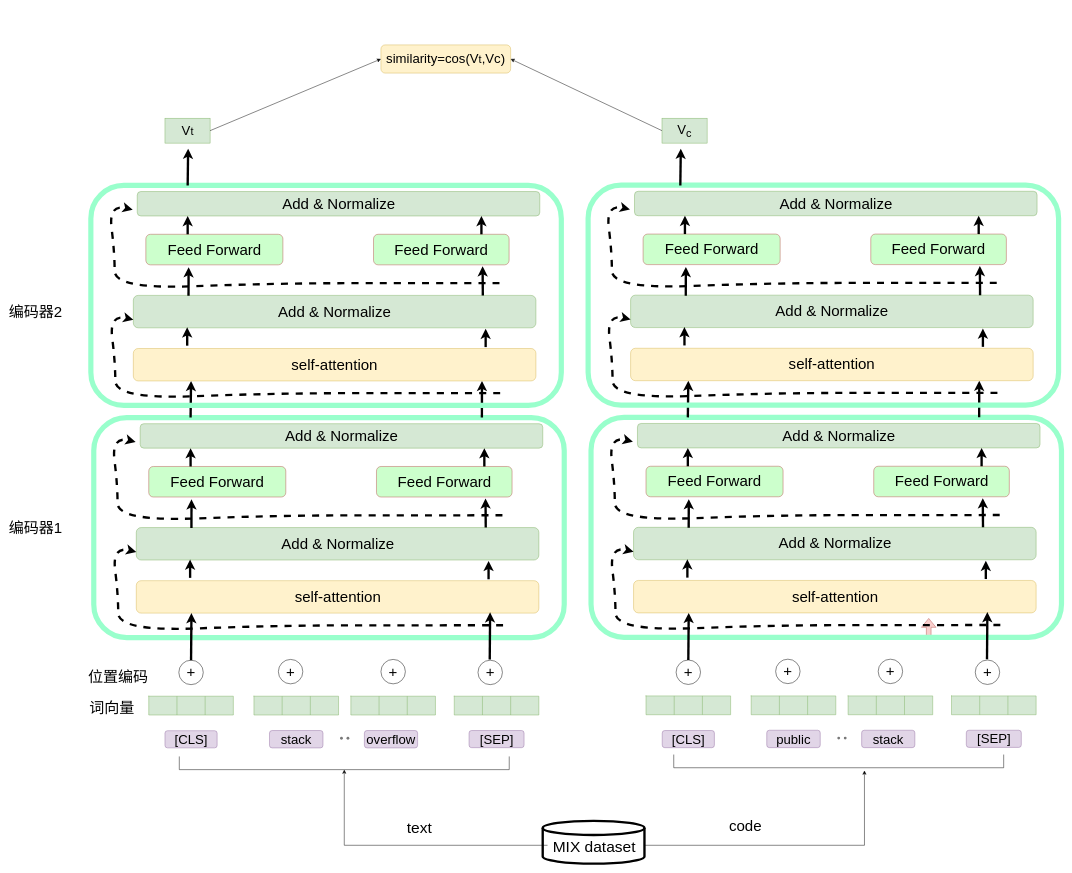
Earlier version of the draw.io diagram finetune-毕设.drawio (hangdj/BERT-PLI-IJCAI2020). Source tidied: cells renumbered, new cells numbered last; positions are measured from the earlier drawing's top-left corner, leaving out a move shared by most shapes. Both pictures are drawn from the tidied source at 47%, with x=0, y=0 at pixel (8, 45).
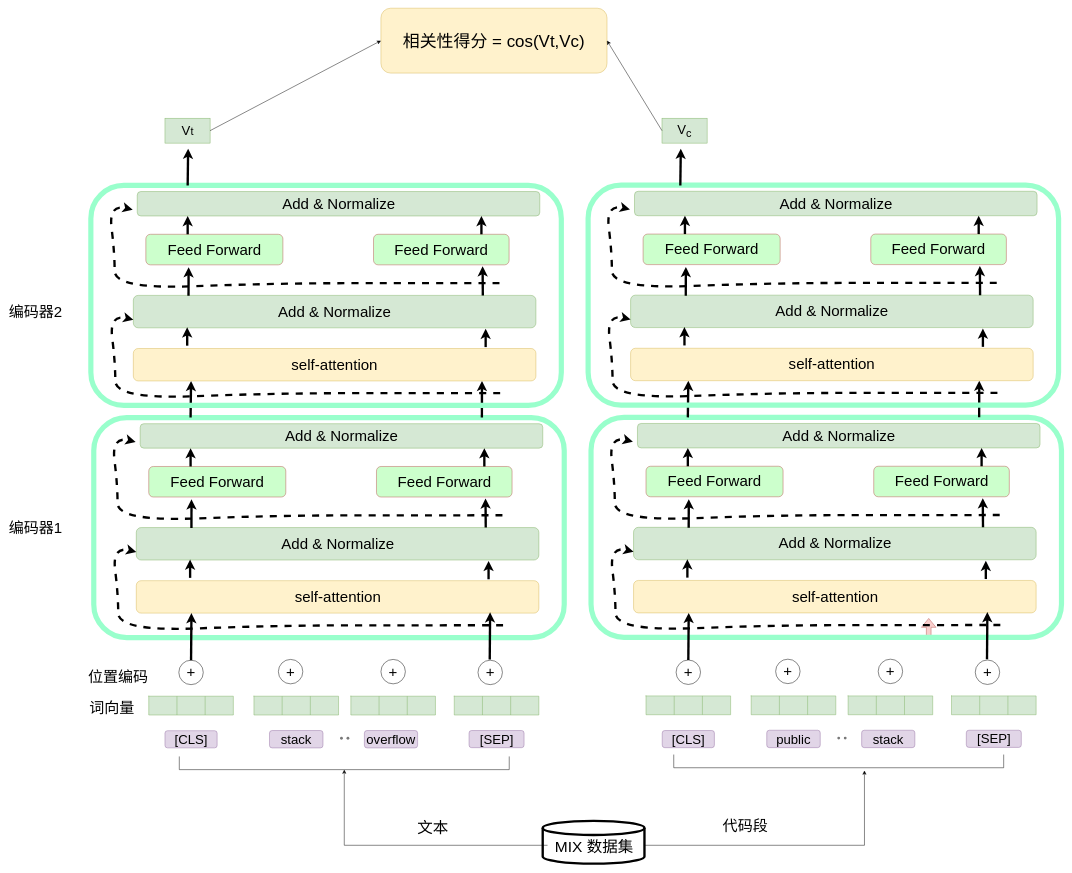
The same diagram, later.

The edit, as a diff of the source:
```diff
@@
-    <mxCell id="11" value="&lt;font style=&quot;font-size: 28px&quot;&gt;similarity=cos(V&lt;/font&gt;&lt;font&gt;&lt;span style=&quot;font-size: 23.3333px&quot;&gt;t&lt;/span&gt;&lt;span style=&quot;font-size: 28px&quot;&gt;,Vc&lt;/span&gt;&lt;span style=&quot;font-size: 28px&quot;&gt;)&lt;/span&gt;&lt;/font&gt;" style="rounded=1;whiteSpace=wrap;html=1;fillColor=#fff2cc;strokeColor=#d6b656;" parent="1" vertex="1">
-      <mxGeometry x="793" width="276" height="60" as="geometry" />
+    <mxCell id="11" value="&lt;font style=&quot;font-size: 36px&quot;&gt;&lt;font style=&quot;font-size: 36px&quot;&gt;相关性得分 = cos(V&lt;/font&gt;&lt;font style=&quot;font-size: 36px&quot;&gt;t,Vc)&lt;/font&gt;&lt;/font&gt;" style="rounded=1;whiteSpace=wrap;html=1;fillColor=#fff2cc;strokeColor=#d6b656;" parent="1" vertex="1">
+      <mxGeometry x="793" y="-78" width="481" height="138" as="geometry" />
     </mxCell>
@@
-    <mxCell id="18" value="&lt;font style=&quot;font-size: 33px&quot;&gt;MIX dataset&lt;/font&gt;" style="text;html=1;strokeColor=none;fillColor=none;align=center;verticalAlign=middle;whiteSpace=wrap;rounded=0;dashed=1;dashPattern=1 2;" parent="1" vertex="1">
+    <mxCell id="18" value="&lt;font style=&quot;font-size: 33px&quot;&gt;MIX 数据集&lt;/font&gt;" style="text;html=1;strokeColor=none;fillColor=none;align=center;verticalAlign=middle;whiteSpace=wrap;rounded=0;dashed=1;dashPattern=1 2;" parent="1" vertex="1">
       <mxGeometry x="1147.5" y="1690" width="198" height="30" as="geometry" />
     </mxCell>
-    <mxCell id="19" value="text" style="text;html=1;strokeColor=none;fillColor=none;align=center;verticalAlign=middle;whiteSpace=wrap;rounded=0;fontSize=33;" parent="1" vertex="1">
-      <mxGeometry x="845" y="1651" width="60" height="30" as="geometry" />
+    <mxCell id="19" value="文本" style="text;html=1;strokeColor=none;fillColor=none;align=center;verticalAlign=middle;whiteSpace=wrap;rounded=0;fontSize=33;" parent="1" vertex="1">
+      <mxGeometry x="845" y="1651" width="117" height="30" as="geometry" />
     </mxCell>
@@
-    <mxCell id="144" value="code" style="text;html=1;align=center;verticalAlign=middle;strokeColor=none;fillColor=none;fontSize=32;" parent="1" vertex="1">
-      <mxGeometry x="1522.9" y="1642" width="91" height="39" as="geometry" />
+    <mxCell id="144" value="代码段" style="text;html=1;align=center;verticalAlign=middle;strokeColor=none;fillColor=none;fontSize=32;" parent="1" vertex="1">
+      <mxGeometry x="1509.9" y="1642" width="117" height="39" as="geometry" />
     </mxCell>
```
